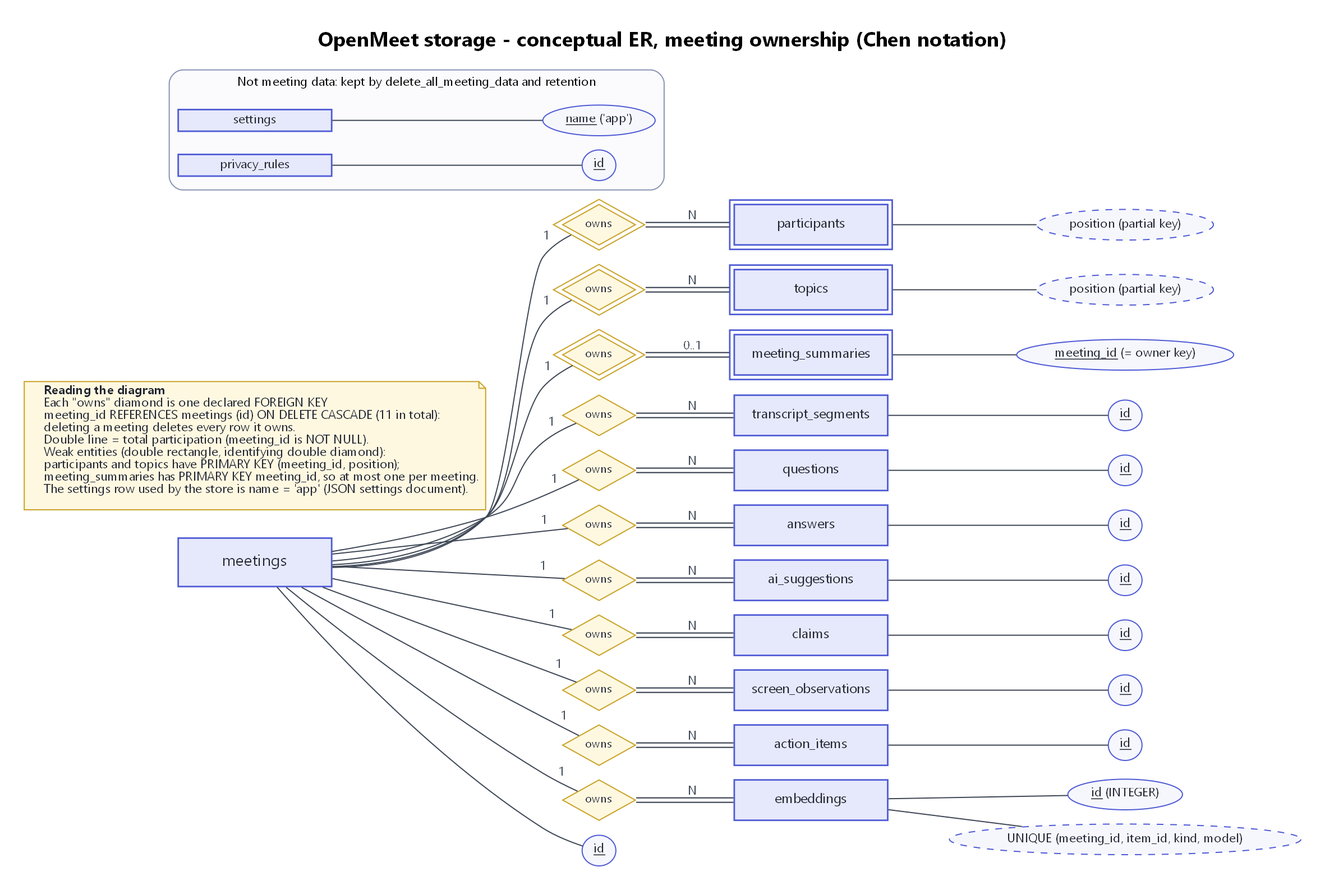
Earlier version of the Graphviz export diagrams/er/er-02-conceptual-chen-ownership.png (AekamSidhu/Major-Project). Its source is kept beside it as diagrams/er/er-02-conceptual-chen-ownership.dot. Source of this version:
```dot
graph ER {
  graph [fontname="Segoe UI", rankdir=LR, nodesep=0.18, ranksep=0.7, pad=0.3, bgcolor="#FFFFFF",
         label=<<B>OpenMeet storage - conceptual ER, meeting ownership (Chen notation)</B>>, labelloc=t, fontsize=18];
  node  [fontname="Segoe UI", fontsize=12, color="#4F5BD5", fontcolor="#1F2430", style=filled, fillcolor="#F6F7FD"];
  edge  [fontname="Segoe UI", fontsize=11, color="#3E4756", fontcolor="#3E4756"];

  node [shape=box, penwidth=1.4, fillcolor="#E6E9FB", width=1.9];
  meetings [label="meetings", height=0.6, fontsize=14];
  transcript_segments; questions; answers; ai_suggestions; claims;
  screen_observations; action_items; embeddings;
  node [peripheries=2];
  participants; topics; meeting_summaries;
  node [peripheries=1];

  node [shape=diamond, fillcolor="#FFF8E1", color="#C9A227", fontsize=10, width=0.9, height=0.5, margin=0.02, penwidth=1];
  r_part [label="owns", peripheries=2];
  r_top  [label="owns", peripheries=2];
  r_sum  [label="owns", peripheries=2];
  r_seg [label="owns"]; r_q [label="owns"]; r_a [label="owns"]; r_s [label="owns"];
  r_c [label="owns"]; r_o [label="owns"]; r_ai [label="owns"]; r_e [label="owns"];

  node [shape=ellipse, fillcolor="#F6F7FD", color="#4F5BD5", fontsize=11, width=0, height=0, margin="0.08,0.03"];
  k_meet  [label=<<U>id</U>>];
  k_part  [label=<position (partial key)>, style="filled,dashed"];
  k_top   [label=<position (partial key)>, style="filled,dashed"];
  k_sum   [label=<<U>meeting_id</U> (= owner key)>];
  k_seg   [label=<<U>id</U>>];
  k_q     [label=<<U>id</U>>];
  k_a     [label=<<U>id</U>>];
  k_s     [label=<<U>id</U>>];
  k_c     [label=<<U>id</U>>];
  k_o     [label=<<U>id</U>>];
  k_ai    [label=<<U>id</U>>];
  k_e     [label=<<U>id</U> (INTEGER)>];
  k_eu    [label=<UNIQUE (meeting_id, item_id, kind, model)>, style="filled,dashed"];

  meetings -- k_meet;

  meetings -- r_part [headlabel="1", labeldistance=2.2];
  meetings -- r_top  [headlabel="1", labeldistance=2.2];
  meetings -- r_sum  [headlabel="1", labeldistance=2.2];
  meetings -- r_seg  [headlabel="1", labeldistance=2.2];
  meetings -- r_q    [headlabel="1", labeldistance=2.2];
  meetings -- r_a    [headlabel="1", labeldistance=2.2];
  meetings -- r_s    [headlabel="1", labeldistance=2.2];
  meetings -- r_c    [headlabel="1", labeldistance=2.2];
  meetings -- r_o    [headlabel="1", labeldistance=2.2];
  meetings -- r_ai   [headlabel="1", labeldistance=2.2];
  meetings -- r_e    [headlabel="1", labeldistance=2.2];

  edge [color="#3E4756:invis:#3E4756", penwidth=1.1];
  r_part -- participants        [label="N"];
  r_top  -- topics              [label="N"];
  r_sum  -- meeting_summaries   [label="0..1"];
  r_seg  -- transcript_segments [label="N"];
  r_q    -- questions           [label="N"];
  r_a    -- answers             [label="N"];
  r_s    -- ai_suggestions      [label="N"];
  r_c    -- claims              [label="N"];
  r_o    -- screen_observations [label="N"];
  r_ai   -- action_items        [label="N"];
  r_e    -- embeddings          [label="N"];
  edge [color="#3E4756", penwidth=1];

  participants -- k_part; topics -- k_top; meeting_summaries -- k_sum;
  transcript_segments -- k_seg; questions -- k_q; answers -- k_a; ai_suggestions -- k_s;
  claims -- k_c; screen_observations -- k_o; action_items -- k_ai;
  embeddings -- k_e; embeddings -- k_eu;

  subgraph cluster_standalone {
    label=<Not meeting data: kept by delete_all_meeting_data and retention>; fontsize=11;
    style="rounded,filled"; fillcolor="#FBFBFD"; color="#8A93B5";
    node [shape=box, penwidth=1.4, fillcolor="#E6E9FB", width=1.9, style=filled, color="#4F5BD5"];
    privacy_rules; settings;
    node [shape=ellipse, fillcolor="#F6F7FD", penwidth=1, width=0, height=0];
    k_pr  [label=<<U>id</U>>];
    k_set [label=<<U>name</U> ('app')>];
    privacy_rules -- k_pr; settings -- k_set;
  }

  legend [shape=note, style=filled, fillcolor="#FFF8E1", color="#C9A227", fontsize=11, label=<
    <B>Reading the diagram</B><BR ALIGN="LEFT"/>
    Each "owns" diamond is one declared FOREIGN KEY<BR ALIGN="LEFT"/>
    meeting_id REFERENCES meetings (id) ON DELETE CASCADE (11 in total):<BR ALIGN="LEFT"/>
    deleting a meeting deletes every row it owns.<BR ALIGN="LEFT"/>
    Double line = total participation (meeting_id is NOT NULL).<BR ALIGN="LEFT"/>
    Weak entities (double rectangle, identifying double diamond):<BR ALIGN="LEFT"/>
    participants and topics have PRIMARY KEY (meeting_id, position);<BR ALIGN="LEFT"/>
    meeting_summaries has PRIMARY KEY meeting_id, so at most one per meeting.<BR ALIGN="LEFT"/>
    The settings row used by the store is name = 'app' (JSON settings document).<BR ALIGN="LEFT"/>
  >];
  { rank=same; meetings; legend; }
  legend -- meetings [style=invis];
}
```
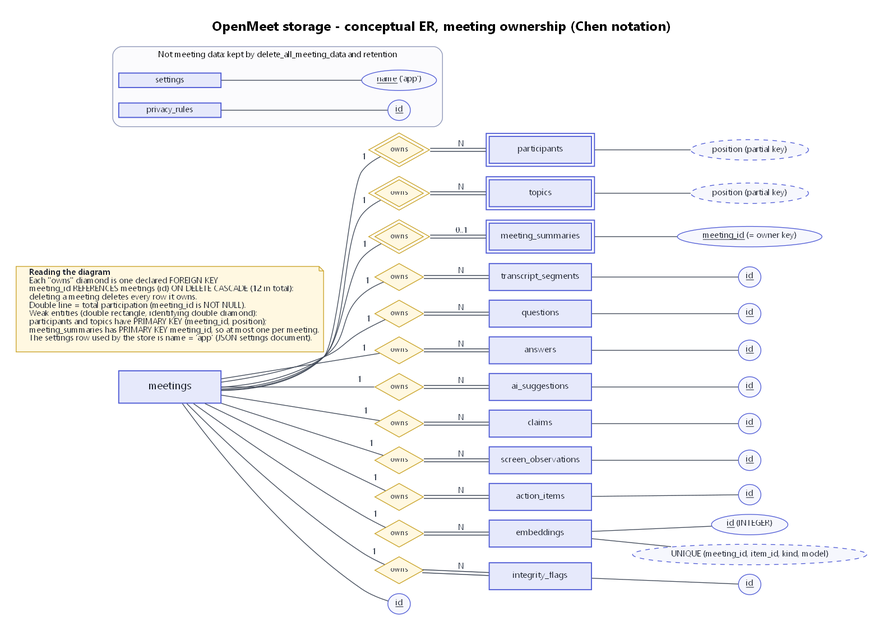
Later version of the same file.

Change to the diagram source:
```diff
@@ -7,7 +7,7 @@
   node [shape=box, penwidth=1.4, fillcolor="#E6E9FB", width=1.9];
   meetings [label="meetings", height=0.6, fontsize=14];
   transcript_segments; questions; answers; ai_suggestions; claims;
-  screen_observations; action_items; embeddings;
+  screen_observations; action_items; embeddings; integrity_flags;
   node [peripheries=2];
   participants; topics; meeting_summaries;
   node [peripheries=1];
@@ -17,7 +17,7 @@
   r_top  [label="owns", peripheries=2];
   r_sum  [label="owns", peripheries=2];
   r_seg [label="owns"]; r_q [label="owns"]; r_a [label="owns"]; r_s [label="owns"];
-  r_c [label="owns"]; r_o [label="owns"]; r_ai [label="owns"]; r_e [label="owns"];
+  r_c [label="owns"]; r_o [label="owns"]; r_ai [label="owns"]; r_e [label="owns"]; r_if [label="owns"];
 
   node [shape=ellipse, fillcolor="#F6F7FD", color="#4F5BD5", fontsize=11, width=0, height=0, margin="0.08,0.03"];
   k_meet  [label=<<U>id</U>>];
@@ -33,6 +33,7 @@
   k_ai    [label=<<U>id</U>>];
   k_e     [label=<<U>id</U> (INTEGER)>];
   k_eu    [label=<UNIQUE (meeting_id, item_id, kind, model)>, style="filled,dashed"];
+  k_if    [label=<<U>id</U>>];
 
   meetings -- k_meet;
 
@@ -47,6 +48,7 @@
   meetings -- r_o    [headlabel="1", labeldistance=2.2];
   meetings -- r_ai   [headlabel="1", labeldistance=2.2];
   meetings -- r_e    [headlabel="1", labeldistance=2.2];
+  meetings -- r_if   [headlabel="1", labeldistance=2.2];
 
   edge [color="#3E4756:invis:#3E4756", penwidth=1.1];
   r_part -- participants        [label="N"];
@@ -60,12 +62,13 @@
   r_o    -- screen_observations [label="N"];
   r_ai   -- action_items        [label="N"];
   r_e    -- embeddings          [label="N"];
+  r_if   -- integrity_flags     [label="N"];
   edge [color="#3E4756", penwidth=1];
 
   participants -- k_part; topics -- k_top; meeting_summaries -- k_sum;
   transcript_segments -- k_seg; questions -- k_q; answers -- k_a; ai_suggestions -- k_s;
   claims -- k_c; screen_observations -- k_o; action_items -- k_ai;
-  embeddings -- k_e; embeddings -- k_eu;
+  embeddings -- k_e; embeddings -- k_eu; integrity_flags -- k_if;
 
   subgraph cluster_standalone {
     label=<Not meeting data: kept by delete_all_meeting_data and retention>; fontsize=11;
@@ -81,7 +84,7 @@
   legend [shape=note, style=filled, fillcolor="#FFF8E1", color="#C9A227", fontsize=11, label=<
     <B>Reading the diagram</B><BR ALIGN="LEFT"/>
     Each "owns" diamond is one declared FOREIGN KEY<BR ALIGN="LEFT"/>
-    meeting_id REFERENCES meetings (id) ON DELETE CASCADE (11 in total):<BR ALIGN="LEFT"/>
+    meeting_id REFERENCES meetings (id) ON DELETE CASCADE (12 in total):<BR ALIGN="LEFT"/>
     deleting a meeting deletes every row it owns.<BR ALIGN="LEFT"/>
     Double line = total participation (meeting_id is NOT NULL).<BR ALIGN="LEFT"/>
     Weak entities (double rectangle, identifying double diamond):<BR ALIGN="LEFT"/>
```
